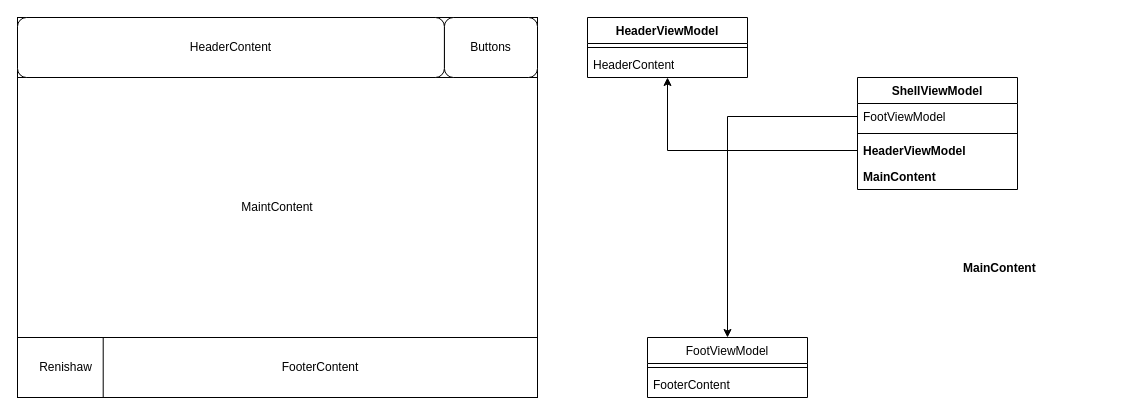
The draw.io diagram Darley/RegionManagement.drawio in AmolSJawalkar/DrawIO, before the edit. Source tidied: cells renumbered, new cells numbered last; positions are measured from the earlier drawing's top-left corner, leaving out a move shared by most shapes. Both pictures are drawn from the tidied source at 100%, with x=0, y=0 at pixel (17, 17).
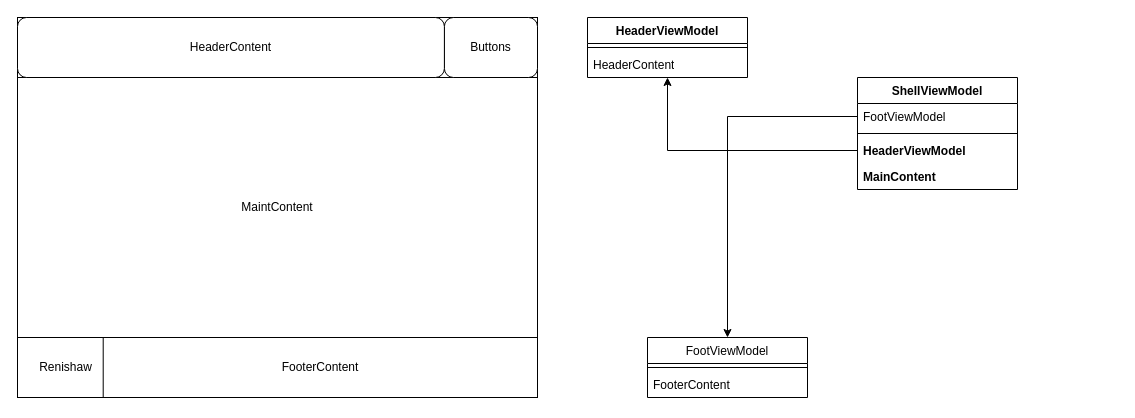
The same diagram, later.

Change to the diagram source:
```diff
@@
-    <mxCell id="24" value="&lt;div style=&quot;text-align: center;&quot;&gt;&lt;span style=&quot;background-color: transparent; color: light-dark(rgb(0, 0, 0), rgb(255, 255, 255));&quot;&gt;&lt;b&gt;MainContent&lt;/b&gt;&lt;/span&gt;&lt;/div&gt;" style="text;strokeColor=none;fillColor=none;align=left;verticalAlign=top;spacingLeft=4;spacingRight=4;overflow=hidden;whiteSpace=wrap;html=1;" parent="1" vertex="1">
-      <mxGeometry x="940" y="237" width="160" height="26" as="geometry" />
-    </mxCell>
```
